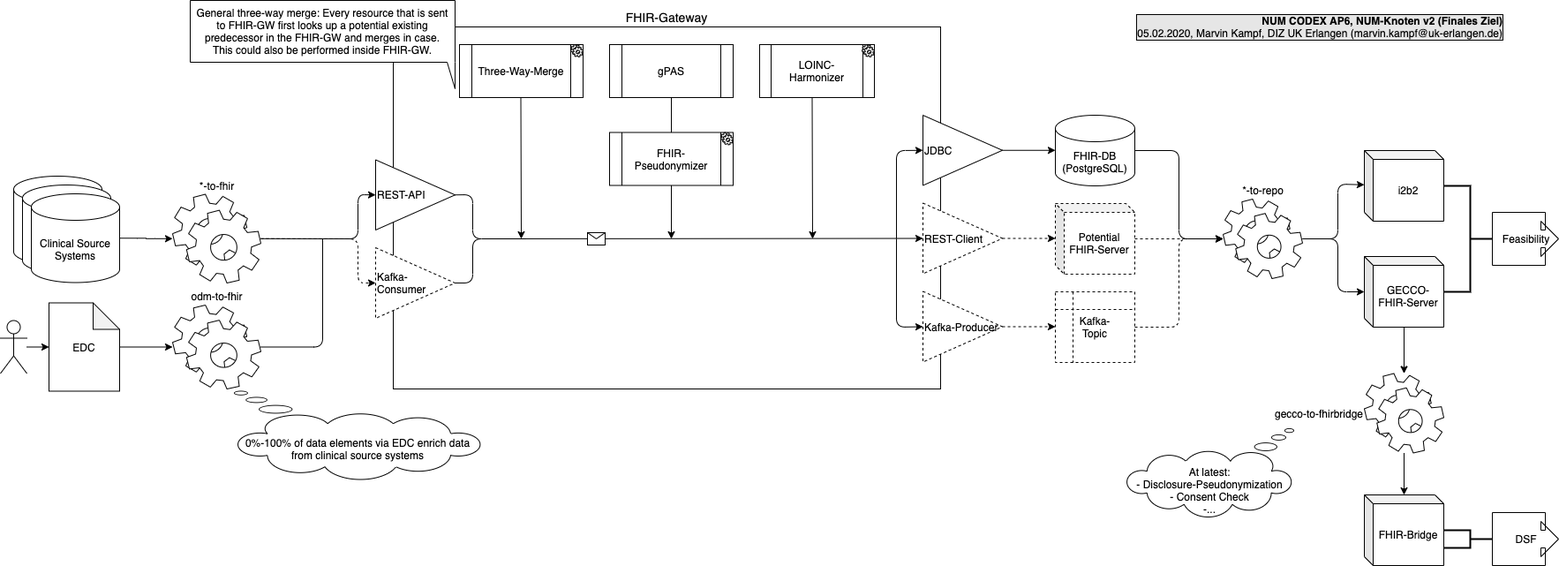
The draw.io diagram img/num-codex-ap6-nk-v2-final.png in num-codex/num-knoten, before a commit. Source tidied: cells renumbered, new cells last; positions are measured from the earlier drawing's top-left corner, leaving out a move shared by most shapes.
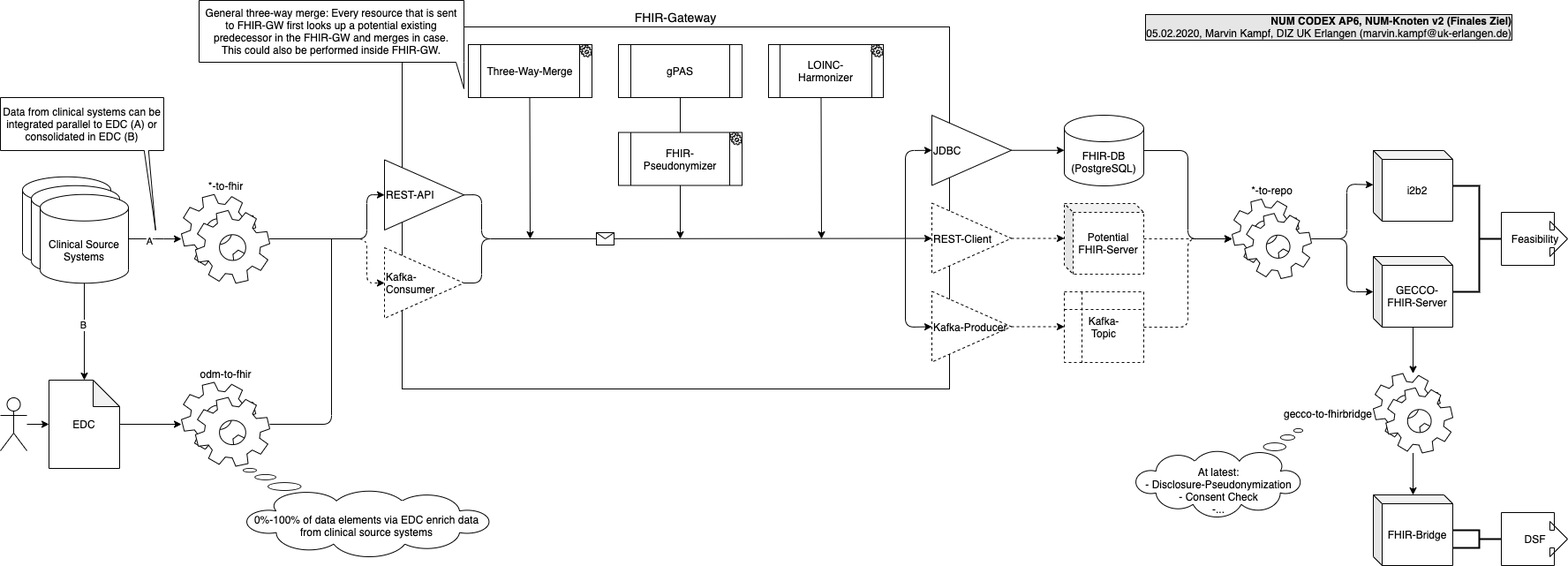
The same diagram one commit later.

Commit message:
doc: adds option of clinical data via EDC

Change to the diagram source:
```diff
@@ -135,10 +135,10 @@
       <mxGeometry relative="1" as="geometry" />
     </mxCell>
     <mxCell id="33" value="EDC" style="shape=note;whiteSpace=wrap;html=1;backgroundOutline=1;darkOpacity=0.05;fontSize=12;align=center;" parent="1" vertex="1">
-      <mxGeometry x="55" y="342.5" width="80" height="100" as="geometry" />
+      <mxGeometry x="45" y="430" width="80" height="100" as="geometry" />
     </mxCell>
     <mxCell id="34" style="shape=umlActor;verticalLabelPosition=bottom;verticalAlign=middle;html=1;outlineConnect=0;fontSize=12;align=center;" parent="1" vertex="1">
-      <mxGeometry y="362.5" width="30" height="60" as="geometry" />
+      <mxGeometry x="-10" y="450" width="30" height="60" as="geometry" />
     </mxCell>
     <mxCell id="35" style="endArrow=classic;html=1;entryX=0;entryY=0.5;entryDx=0;entryDy=0;entryPerimeter=0;" parent="1" edge="1" source="34" target="33">
       <mxGeometry relative="1" as="geometry" />
@@ -160,10 +160,10 @@
       </mxGeometry>
     </mxCell>
     <mxCell id="38" value="*-to-fhir" style="shape=mxgraph.bpmn.service_task;html=1;outlineConnect=0;labelPosition=center;verticalLabelPosition=top;align=center;verticalAlign=bottom;" parent="1" vertex="1">
-      <mxGeometry x="195" y="219.5" width="100" height="100.5" as="geometry" />
+      <mxGeometry x="195" y="219.8" width="100" height="100.5" as="geometry" />
     </mxCell>
     <mxCell id="39" style="group;" parent="1" vertex="1">
-      <mxGeometry x="15" y="199" width="120" height="120.5" as="geometry" />
+      <mxGeometry x="15" y="199.8" width="120" height="120.5" as="geometry" />
     </mxCell>
     <mxCell id="40" value="Clinical Source Systems" style="shape=cylinder3;whiteSpace=wrap;html=1;boundedLbl=1;backgroundOutline=1;size=15;" parent="39" vertex="1">
       <mxGeometry width="100" height="100.5" as="geometry" />
@@ -177,8 +177,11 @@
     <mxCell id="43" style="edgeStyle=orthogonalEdgeStyle;jettySize=auto;html=1;exitX=1;exitY=0.5;exitDx=0;exitDy=0;exitPerimeter=0;" parent="1" edge="1" source="42" target="38">
       <mxGeometry relative="1" as="geometry" />
     </mxCell>
+    <mxCell id="65" value="A" style="edgeLabel;html=1;align=center;verticalAlign=middle;" parent="43" vertex="1">
+      <mxGeometry x="-0.23" y="-2" relative="1" as="geometry" />
+    </mxCell>
     <mxCell id="44" value="odm-to-fhir" style="shape=mxgraph.bpmn.service_task;html=1;outlineConnect=0;labelPosition=center;verticalLabelPosition=top;align=center;verticalAlign=bottom;" parent="1" vertex="1">
-      <mxGeometry x="195" y="345" width="100" height="95" as="geometry" />
+      <mxGeometry x="195" y="432.5" width="100" height="95" as="geometry" />
     </mxCell>
     <mxCell id="45" style="edgeStyle=orthogonalEdgeStyle;jettySize=auto;html=1;endArrow=none;endFill=0;" parent="1" edge="1" source="44">
       <mxGeometry relative="1" as="geometry">
@@ -198,7 +201,7 @@
       <mxGeometry x="1275" y="485" width="190" height="100" as="geometry" />
     </mxCell>
     <mxCell id="50" value="0%-100% of data elements via EDC enrich data from clinical source systems" style="whiteSpace=wrap;html=1;shape=mxgraph.basic.cloud_callout;align=center;flipH=1;direction=west;labelPosition=center;verticalLabelPosition=middle;verticalAlign=middle;spacingTop=30;" parent="1" vertex="1">
-      <mxGeometry x="265" y="442.5" width="280" height="100" as="geometry" />
+      <mxGeometry x="265" y="530" width="280" height="100" as="geometry" />
     </mxCell>
     <mxCell id="51" value="*-to-repo" style="shape=mxgraph.bpmn.service_task;html=1;outlineConnect=0;labelPosition=center;verticalLabelPosition=top;align=center;verticalAlign=bottom;" parent="1" vertex="1">
       <mxGeometry x="1385" y="225" width="90" height="90" as="geometry" />
@@ -262,5 +265,14 @@
     <mxCell id="64" value="DSF" style="html=1;shadow=0;dashed=0;align=center;verticalAlign=middle;shape=mxgraph.arrows2.calloutArrow;dy=10;dx=20;notch=60;arrowHead=10;labelBackgroundColor=none;rotation=0;direction=east;" parent="1" vertex="1">
       <mxGeometry x="1690" y="580" width="75" height="60" as="geometry" />
     </mxCell>
+    <mxCell id="66" style="edgeStyle=orthogonalEdgeStyle;rounded=0;jettySize=auto;html=1;endArrow=classic;endFill=1;" parent="1" edge="1" source="42" target="33">
+      <mxGeometry relative="1" as="geometry" />
+    </mxCell>
+    <mxCell id="67" value="B" style="edgeLabel;html=1;align=center;verticalAlign=middle;" parent="66" vertex="1">
+      <mxGeometry x="-0.15" y="-2" relative="1" as="geometry" />
+    </mxCell>
+    <mxCell id="68" value="Data from clinical systems can be integrated parallel to EDC (A) or consolidated in EDC (B)" style="shape=callout;whiteSpace=wrap;html=1;perimeter=calloutPerimeter;align=center;rotation=0;base=5;size=90;position=0.88;position2=0.95;flipH=0;" parent="1" vertex="1">
+      <mxGeometry x="-10" y="110" width="185" height="150" as="geometry" />
+    </mxCell>
   </root>
 </mxGraphModel>
```
